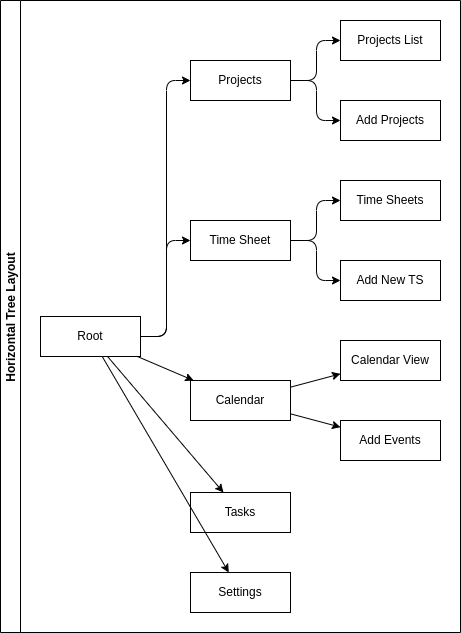
Earlier version of the draw.io export qml/time.drawio.png (suraj-yadav0/timemanagement). Source tidied: cells renumbered, new cells last; positions are measured from the earlier drawing's top-left corner, leaving out a move shared by most shapes. Its diagram source:
```xml
<mxGraphModel>
  <root>
    <mxCell id="0" />
    <mxCell id="1" parent="0" />
    <mxCell id="2" value="Horizontal Tree Layout" style="swimlane;startSize=20;horizontal=0;horizontalTree=1;sortEdges=1;containerType=tree;fontSize=12;" parent="1" vertex="1">
      <mxGeometry width="460" height="632" as="geometry" />
    </mxCell>
    <mxCell id="3" value="Root" style="whiteSpace=wrap;html=1;" parent="2" vertex="1">
      <mxGeometry x="40" y="316" width="100" height="40" as="geometry" />
    </mxCell>
    <mxCell id="4" value="Projects" style="whiteSpace=wrap;html=1;" parent="2" vertex="1">
      <mxGeometry x="190" y="60" width="100" height="40" as="geometry" />
    </mxCell>
    <mxCell id="5" style="edgeStyle=elbowEdgeStyle;elbow=horizontal;html=1;rounded=1;curved=0;sourcePerimeterSpacing=0;targetPerimeterSpacing=0;startSize=6;endSize=6;" parent="2" edge="1" source="3" target="4">
      <mxGeometry relative="1" as="geometry" />
    </mxCell>
    <mxCell id="6" value="Time Sheet" style="whiteSpace=wrap;html=1;" parent="2" vertex="1">
      <mxGeometry x="190" y="220" width="100" height="40" as="geometry" />
    </mxCell>
    <mxCell id="7" style="edgeStyle=elbowEdgeStyle;elbow=horizontal;html=1;rounded=1;curved=0;sourcePerimeterSpacing=0;targetPerimeterSpacing=0;startSize=6;endSize=6;" parent="2" edge="1" source="3" target="6">
      <mxGeometry relative="1" as="geometry" />
    </mxCell>
    <mxCell id="8" style="edgeStyle=none;html=1;" parent="2" edge="1" source="3" target="9">
      <mxGeometry relative="1" as="geometry" />
    </mxCell>
    <mxCell id="9" value="Calendar" style="whiteSpace=wrap;html=1;" parent="2" vertex="1">
      <mxGeometry x="190" y="380" width="100" height="40" as="geometry" />
    </mxCell>
    <mxCell id="10" style="edgeStyle=none;html=1;" parent="2" edge="1" source="3" target="11">
      <mxGeometry relative="1" as="geometry" />
    </mxCell>
    <mxCell id="11" value="Tasks" style="whiteSpace=wrap;html=1;" parent="2" vertex="1">
      <mxGeometry x="190" y="492" width="100" height="40" as="geometry" />
    </mxCell>
    <mxCell id="12" style="edgeStyle=none;html=1;" parent="2" edge="1" source="3" target="13">
      <mxGeometry relative="1" as="geometry" />
    </mxCell>
    <mxCell id="13" value="Settings" style="whiteSpace=wrap;html=1;" parent="2" vertex="1">
      <mxGeometry x="190" y="572" width="100" height="40" as="geometry" />
    </mxCell>
    <mxCell id="14" style="edgeStyle=elbowEdgeStyle;elbow=horizontal;html=1;rounded=1;curved=0;sourcePerimeterSpacing=0;targetPerimeterSpacing=0;startSize=6;endSize=6;" parent="2" edge="1" source="4" target="15">
      <mxGeometry relative="1" as="geometry" />
    </mxCell>
    <mxCell id="15" value="Projects List" style="whiteSpace=wrap;html=1;" parent="2" vertex="1">
      <mxGeometry x="340" y="20" width="100" height="40" as="geometry" />
    </mxCell>
    <mxCell id="16" style="edgeStyle=elbowEdgeStyle;elbow=horizontal;html=1;rounded=1;curved=0;sourcePerimeterSpacing=0;targetPerimeterSpacing=0;startSize=6;endSize=6;" parent="2" edge="1" source="4" target="17">
      <mxGeometry relative="1" as="geometry" />
    </mxCell>
    <mxCell id="17" value="Add Projects" style="whiteSpace=wrap;html=1;" parent="2" vertex="1">
      <mxGeometry x="340" y="100" width="100" height="40" as="geometry" />
    </mxCell>
    <mxCell id="18" style="edgeStyle=elbowEdgeStyle;elbow=horizontal;html=1;rounded=1;curved=0;sourcePerimeterSpacing=0;targetPerimeterSpacing=0;startSize=6;endSize=6;" parent="2" edge="1" source="6" target="19">
      <mxGeometry relative="1" as="geometry" />
    </mxCell>
    <mxCell id="19" value="Time Sheets" style="whiteSpace=wrap;html=1;" parent="2" vertex="1">
      <mxGeometry x="340" y="180" width="100" height="40" as="geometry" />
    </mxCell>
    <mxCell id="20" style="edgeStyle=elbowEdgeStyle;elbow=horizontal;html=1;rounded=1;curved=0;sourcePerimeterSpacing=0;targetPerimeterSpacing=0;startSize=6;endSize=6;" parent="2" edge="1" source="6" target="21">
      <mxGeometry relative="1" as="geometry" />
    </mxCell>
    <mxCell id="21" value="Add New TS" style="whiteSpace=wrap;html=1;" parent="2" vertex="1">
      <mxGeometry x="340" y="260" width="100" height="40" as="geometry" />
    </mxCell>
    <mxCell id="22" style="edgeStyle=none;html=1;" parent="2" edge="1" source="9" target="23">
      <mxGeometry relative="1" as="geometry" />
    </mxCell>
    <mxCell id="23" value="Calendar View" style="whiteSpace=wrap;html=1;" parent="2" vertex="1">
      <mxGeometry x="340" y="340" width="100" height="40" as="geometry" />
    </mxCell>
    <mxCell id="24" style="edgeStyle=none;html=1;" parent="2" edge="1" source="9" target="25">
      <mxGeometry relative="1" as="geometry" />
    </mxCell>
    <mxCell id="25" value="Add Events" style="whiteSpace=wrap;html=1;" parent="2" vertex="1">
      <mxGeometry x="340" y="420" width="100" height="40" as="geometry" />
    </mxCell>
  </root>
</mxGraphModel>
```
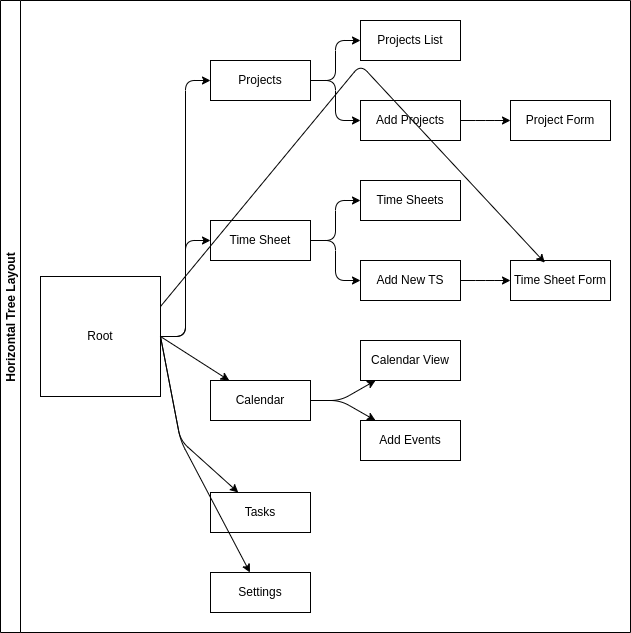
The same diagram one commit later.

What changed in the source:
```diff
@@ -3,76 +3,111 @@
     <mxCell id="0" />
     <mxCell id="1" parent="0" />
     <mxCell id="2" value="Horizontal Tree Layout" style="swimlane;startSize=20;horizontal=0;horizontalTree=1;sortEdges=1;containerType=tree;fontSize=12;" parent="1" vertex="1">
-      <mxGeometry width="460" height="632" as="geometry" />
+      <mxGeometry width="630" height="632" as="geometry" />
     </mxCell>
     <mxCell id="3" value="Root" style="whiteSpace=wrap;html=1;" parent="2" vertex="1">
-      <mxGeometry x="40" y="316" width="100" height="40" as="geometry" />
+      <mxGeometry x="40" y="276" width="120" height="120" as="geometry" />
     </mxCell>
     <mxCell id="4" value="Projects" style="whiteSpace=wrap;html=1;" parent="2" vertex="1">
-      <mxGeometry x="190" y="60" width="100" height="40" as="geometry" />
+      <mxGeometry x="210" y="60" width="100" height="40" as="geometry" />
     </mxCell>
     <mxCell id="5" style="edgeStyle=elbowEdgeStyle;elbow=horizontal;html=1;rounded=1;curved=0;sourcePerimeterSpacing=0;targetPerimeterSpacing=0;startSize=6;endSize=6;" parent="2" edge="1" source="3" target="4">
       <mxGeometry relative="1" as="geometry" />
     </mxCell>
     <mxCell id="6" value="Time Sheet" style="whiteSpace=wrap;html=1;" parent="2" vertex="1">
-      <mxGeometry x="190" y="220" width="100" height="40" as="geometry" />
+      <mxGeometry x="210" y="220" width="100" height="40" as="geometry" />
     </mxCell>
     <mxCell id="7" style="edgeStyle=elbowEdgeStyle;elbow=horizontal;html=1;rounded=1;curved=0;sourcePerimeterSpacing=0;targetPerimeterSpacing=0;startSize=6;endSize=6;" parent="2" edge="1" source="3" target="6">
       <mxGeometry relative="1" as="geometry" />
     </mxCell>
-    <mxCell id="8" style="edgeStyle=none;html=1;" parent="2" edge="1" source="3" target="9">
+    <mxCell id="8" style="edgeStyle=none;html=1;exitX=1;exitY=0.5;exitDx=0;exitDy=0;" parent="2" edge="1" source="3" target="9">
       <mxGeometry relative="1" as="geometry" />
     </mxCell>
     <mxCell id="9" value="Calendar" style="whiteSpace=wrap;html=1;" parent="2" vertex="1">
-      <mxGeometry x="190" y="380" width="100" height="40" as="geometry" />
+      <mxGeometry x="210" y="380" width="100" height="40" as="geometry" />
     </mxCell>
-    <mxCell id="10" style="edgeStyle=none;html=1;" parent="2" edge="1" source="3" target="11">
-      <mxGeometry relative="1" as="geometry" />
+    <mxCell id="10" style="edgeStyle=none;html=1;exitX=1;exitY=0.5;exitDx=0;exitDy=0;" parent="2" edge="1" source="3" target="11">
+      <mxGeometry relative="1" as="geometry">
+        <Array as="points">
+          <mxPoint x="180" y="440" />
+        </Array>
+      </mxGeometry>
     </mxCell>
     <mxCell id="11" value="Tasks" style="whiteSpace=wrap;html=1;" parent="2" vertex="1">
-      <mxGeometry x="190" y="492" width="100" height="40" as="geometry" />
+      <mxGeometry x="210" y="492" width="100" height="40" as="geometry" />
     </mxCell>
-    <mxCell id="12" style="edgeStyle=none;html=1;" parent="2" edge="1" source="3" target="13">
-      <mxGeometry relative="1" as="geometry" />
+    <mxCell id="12" style="edgeStyle=none;html=1;exitX=1;exitY=0.5;exitDx=0;exitDy=0;" parent="2" edge="1" source="3" target="13">
+      <mxGeometry relative="1" as="geometry">
+        <Array as="points">
+          <mxPoint x="180" y="440" />
+        </Array>
+      </mxGeometry>
     </mxCell>
     <mxCell id="13" value="Settings" style="whiteSpace=wrap;html=1;" parent="2" vertex="1">
-      <mxGeometry x="190" y="572" width="100" height="40" as="geometry" />
+      <mxGeometry x="210" y="572" width="100" height="40" as="geometry" />
     </mxCell>
     <mxCell id="14" style="edgeStyle=elbowEdgeStyle;elbow=horizontal;html=1;rounded=1;curved=0;sourcePerimeterSpacing=0;targetPerimeterSpacing=0;startSize=6;endSize=6;" parent="2" edge="1" source="4" target="15">
       <mxGeometry relative="1" as="geometry" />
     </mxCell>
     <mxCell id="15" value="Projects List" style="whiteSpace=wrap;html=1;" parent="2" vertex="1">
-      <mxGeometry x="340" y="20" width="100" height="40" as="geometry" />
+      <mxGeometry x="360" y="20" width="100" height="40" as="geometry" />
     </mxCell>
     <mxCell id="16" style="edgeStyle=elbowEdgeStyle;elbow=horizontal;html=1;rounded=1;curved=0;sourcePerimeterSpacing=0;targetPerimeterSpacing=0;startSize=6;endSize=6;" parent="2" edge="1" source="4" target="17">
       <mxGeometry relative="1" as="geometry" />
     </mxCell>
     <mxCell id="17" value="Add Projects" style="whiteSpace=wrap;html=1;" parent="2" vertex="1">
-      <mxGeometry x="340" y="100" width="100" height="40" as="geometry" />
+      <mxGeometry x="360" y="100" width="100" height="40" as="geometry" />
     </mxCell>
     <mxCell id="18" style="edgeStyle=elbowEdgeStyle;elbow=horizontal;html=1;rounded=1;curved=0;sourcePerimeterSpacing=0;targetPerimeterSpacing=0;startSize=6;endSize=6;" parent="2" edge="1" source="6" target="19">
       <mxGeometry relative="1" as="geometry" />
     </mxCell>
     <mxCell id="19" value="Time Sheets" style="whiteSpace=wrap;html=1;" parent="2" vertex="1">
-      <mxGeometry x="340" y="180" width="100" height="40" as="geometry" />
+      <mxGeometry x="360" y="180" width="100" height="40" as="geometry" />
     </mxCell>
     <mxCell id="20" style="edgeStyle=elbowEdgeStyle;elbow=horizontal;html=1;rounded=1;curved=0;sourcePerimeterSpacing=0;targetPerimeterSpacing=0;startSize=6;endSize=6;" parent="2" edge="1" source="6" target="21">
       <mxGeometry relative="1" as="geometry" />
     </mxCell>
     <mxCell id="21" value="Add New TS" style="whiteSpace=wrap;html=1;" parent="2" vertex="1">
-      <mxGeometry x="340" y="260" width="100" height="40" as="geometry" />
+      <mxGeometry x="360" y="260" width="100" height="40" as="geometry" />
     </mxCell>
     <mxCell id="22" style="edgeStyle=none;html=1;" parent="2" edge="1" source="9" target="23">
-      <mxGeometry relative="1" as="geometry" />
+      <mxGeometry relative="1" as="geometry">
+        <Array as="points">
+          <mxPoint x="340" y="400" />
+        </Array>
+      </mxGeometry>
     </mxCell>
     <mxCell id="23" value="Calendar View" style="whiteSpace=wrap;html=1;" parent="2" vertex="1">
-      <mxGeometry x="340" y="340" width="100" height="40" as="geometry" />
+      <mxGeometry x="360" y="340" width="100" height="40" as="geometry" />
     </mxCell>
     <mxCell id="24" style="edgeStyle=none;html=1;" parent="2" edge="1" source="9" target="25">
-      <mxGeometry relative="1" as="geometry" />
+      <mxGeometry relative="1" as="geometry">
+        <Array as="points">
+          <mxPoint x="340" y="400" />
+        </Array>
+      </mxGeometry>
     </mxCell>
     <mxCell id="25" value="Add Events" style="whiteSpace=wrap;html=1;" parent="2" vertex="1">
-      <mxGeometry x="340" y="420" width="100" height="40" as="geometry" />
+      <mxGeometry x="360" y="420" width="100" height="40" as="geometry" />
     </mxCell>
+    <mxCell id="26" style="edgeStyle=elbowEdgeStyle;elbow=horizontal;html=1;rounded=1;curved=0;sourcePerimeterSpacing=0;targetPerimeterSpacing=0;startSize=6;endSize=6;" parent="2" edge="1" source="17" target="27">
+      <mxGeometry relative="1" as="geometry" />
+    </mxCell>
+    <mxCell id="27" value="Project Form" style="whiteSpace=wrap;html=1;" parent="2" vertex="1">
+      <mxGeometry x="510" y="100" width="100" height="40" as="geometry" />
+    </mxCell>
+    <mxCell id="28" style="edgeStyle=elbowEdgeStyle;elbow=horizontal;html=1;rounded=1;curved=0;sourcePerimeterSpacing=0;targetPerimeterSpacing=0;startSize=6;endSize=6;" parent="2" edge="1" source="21" target="29">
+      <mxGeometry relative="1" as="geometry" />
+    </mxCell>
+    <mxCell id="29" value="Time Sheet Form" style="whiteSpace=wrap;html=1;" parent="2" vertex="1">
+      <mxGeometry x="510" y="260" width="100" height="40" as="geometry" />
+    </mxCell>
+    <mxCell id="30" style="edgeStyle=none;html=1;exitX=1;exitY=0.25;exitDx=0;exitDy=0;entryX=0.343;entryY=0.054;entryDx=0;entryDy=0;entryPerimeter=0;" parent="2" edge="1" source="3" target="29">
+      <mxGeometry relative="1" as="geometry">
+        <Array as="points">
+          <mxPoint x="360" y="64" />
+        </Array>
+      </mxGeometry>
+    </mxCell>
   </root>
 </mxGraphModel>
```
